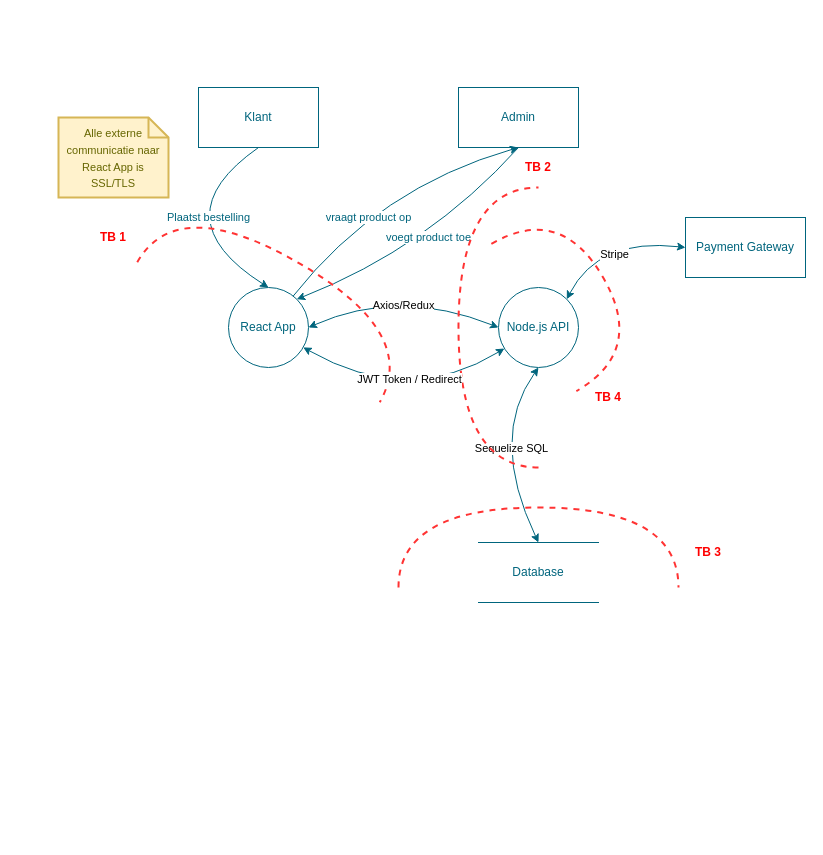
This is Diagrams/Brantayes DFD.drawio from Cerbersec/WebApp, a draw.io file, before an edit. Source tidied: cells renumbered, new cells numbered last; positions are measured from the earlier drawing's top-left corner, leaving out a move shared by most shapes. Both pictures are drawn from the tidied source at 100%, with x=0, y=0 at pixel (58, 87).
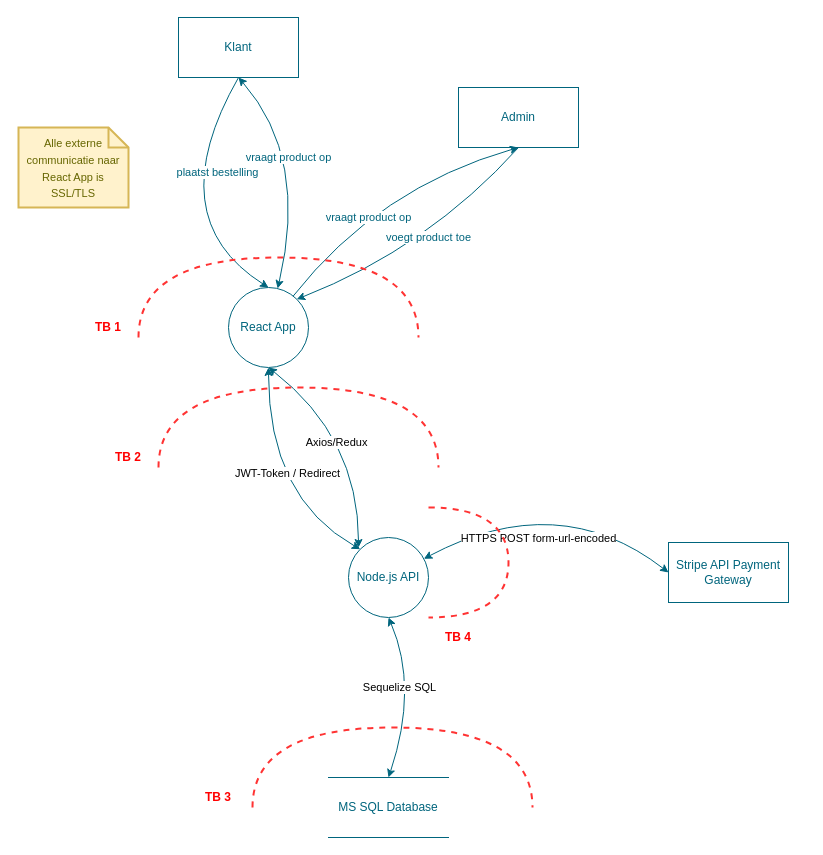
The same page after the edit.

The change refers to these unchanged cells:
```xml
<mxCell id="3" value="React App" style="ellipse;whiteSpace=wrap;html=1;strokeColor=#00657D;fontColor=#00657D;" parent="1" vertex="1">
  <mxGeometry x="170" y="200" width="80" height="80" as="geometry" />
</mxCell>
```

The edit, as a diff of the source:
```diff
@@
     <mxCell id="2" value="Node.js API" style="ellipse;whiteSpace=wrap;html=1;strokeColor=#00657D;fontColor=#00657D;" parent="1" vertex="1">
-      <mxGeometry x="440" y="200" width="80" height="80" as="geometry" />
+      <mxGeometry x="290" y="450" width="80" height="80" as="geometry" />
     </mxCell>
@@
-    <mxCell id="4" value="Database" style="shape=partialRectangle;whiteSpace=wrap;html=1;left=0;right=0;fillColor=none;strokeColor=#00657D;fontColor=#00657D;" parent="1" vertex="1">
-      <mxGeometry x="420" y="455" width="120" height="60" as="geometry" />
+    <mxCell id="4" value="MS SQL Database" style="shape=partialRectangle;whiteSpace=wrap;html=1;left=0;right=0;fillColor=none;strokeColor=#00657D;fontColor=#00657D;" parent="1" vertex="1">
+      <mxGeometry x="270" y="690" width="120" height="60" as="geometry" />
     </mxCell>
     <mxCell id="5" value="Klant" style="rounded=0;whiteSpace=wrap;html=1;strokeColor=#00657D;fontColor=#00657D;" parent="1" vertex="1">
-      <mxGeometry x="140" width="120" height="60" as="geometry" />
+      <mxGeometry x="120" y="-70" width="120" height="60" as="geometry" />
     </mxCell>
@@
-    <mxCell id="7" value="Plaatst bestelling" style="endArrow=classic;html=1;fontColor=#00657D;strokeColor=#00657D;arcSize=20;curved=1;exitX=0.5;exitY=1;exitDx=0;exitDy=0;entryX=0.5;entryY=0;entryDx=0;entryDy=0;" parent="1" edge="1" source="5" target="3">
+    <mxCell id="7" value="plaatst bestelling" style="endArrow=classic;html=1;fontColor=#00657D;strokeColor=#00657D;arcSize=20;curved=1;exitX=0.5;exitY=1;exitDx=0;exitDy=0;entryX=0.5;entryY=0;entryDx=0;entryDy=0;" parent="1" edge="1" source="5" target="3">
       <mxGeometry x="-0.36" y="29" relative="1" as="geometry">
         <Array as="points">
           <mxPoint x="100" y="130" />
         </Array>
       </mxGeometry>
     </mxCell>
-    <mxCell id="8" style="endArrow=classic;startArrow=classic;html=1;fontColor=#00657D;strokeColor=#00657D;curved=1;exitX=1;exitY=0.5;exitDx=0;exitDy=0;entryX=0;entryY=0.5;entryDx=0;entryDy=0;" parent="1" edge="1" source="3" target="2">
-      <mxGeometry relative="1" as="geometry">
-        <Array as="points">
-          <mxPoint x="340" y="200" />
-        </Array>
-      </mxGeometry>
-    </mxCell>
-    <mxCell id="9" value="Axios/Redux" style="edgeLabel;html=1;align=center;verticalAlign=middle;" parent="8" vertex="1">
-      <mxGeometry x="-0.08" y="-18" relative="1" as="geometry" />
-    </mxCell>
     <mxCell id="10" style="endArrow=classic;startArrow=classic;html=1;fontColor=#00657D;strokeColor=#00657D;curved=1;entryX=0.5;entryY=1;entryDx=0;entryDy=0;exitX=0.5;exitY=0;exitDx=0;exitDy=0;" parent="1" edge="1" source="4" target="2">
       <mxGeometry relative="1" as="geometry">
         <Array as="points">
-          <mxPoint x="430" y="350" />
+          <mxPoint x="360" y="600" />
         </Array>
       </mxGeometry>
     </mxCell>
     <mxCell id="11" value="Sequelize SQL" style="edgeLabel;html=1;align=center;verticalAlign=middle;" parent="10" vertex="1">
-      <mxGeometry x="-0.04" y="-16" relative="1" as="geometry" />
+      <mxGeometry x="-0.04" y="-16" relative="1" as="geometry">
+        <mxPoint x="-31.1" y="-17.3" as="offset" />
+      </mxGeometry>
     </mxCell>
@@
     <mxCell id="14" style="shape=requiredInterface;html=1;verticalLabelPosition=bottom;dashed=1;strokeColor=#FF3333;strokeWidth=2;fillColor=none;fontColor=#FF3333;align=left;rotation=-90;" parent="1" vertex="1">
-      <mxGeometry x="440" y="320" width="80" height="280" as="geometry" />
+      <mxGeometry x="294" y="540" width="80" height="280" as="geometry" />
     </mxCell>
-    <mxCell id="15" style="shape=requiredInterface;html=1;verticalLabelPosition=bottom;dashed=1;strokeColor=#FF3333;strokeWidth=2;fillColor=none;fontColor=#FF3333;align=left;rotation=-180;" parent="1" vertex="1">
-      <mxGeometry x="400" y="100" width="80" height="280" as="geometry" />
-    </mxCell>
-    <mxCell id="16" style="shape=requiredInterface;html=1;verticalLabelPosition=bottom;dashed=1;strokeColor=#FF3333;strokeWidth=2;fillColor=none;fontColor=#FF3333;align=left;rotation=-60;" parent="1" vertex="1">
+    <mxCell id="16" style="shape=requiredInterface;html=1;verticalLabelPosition=bottom;dashed=1;strokeColor=#FF3333;strokeWidth=2;fillColor=none;fontColor=#FF3333;align=left;rotation=-90;" parent="1" vertex="1">
       <mxGeometry x="180" y="70" width="80" height="280" as="geometry" />
     </mxCell>
     <mxCell id="17" value="&lt;font style=&quot;font-size: 11px&quot;&gt;Alle externe communicatie naar React App is SSL/TLS&lt;/font&gt;" style="shape=note;strokeWidth=2;fontSize=14;size=20;whiteSpace=wrap;html=1;fillColor=#fff2cc;strokeColor=#d6b656;fontColor=#666600;" parent="1" vertex="1">
-      <mxGeometry y="30" width="110" height="80" as="geometry" />
+      <mxGeometry x="-40" y="40" width="110" height="80" as="geometry" />
     </mxCell>
     <mxCell id="18" value="&lt;font color=&quot;#ff0000&quot;&gt;&lt;b&gt;TB 1&lt;/b&gt;&lt;/font&gt;" style="text;html=1;strokeColor=none;fillColor=none;align=center;verticalAlign=middle;whiteSpace=wrap;rounded=0;" parent="1" vertex="1">
-      <mxGeometry x="35" y="140" width="40" height="20" as="geometry" />
+      <mxGeometry x="30" y="230" width="40" height="20" as="geometry" />
     </mxCell>
     <mxCell id="19" value="&lt;font color=&quot;#ff0000&quot;&gt;&lt;b&gt;TB 2&lt;/b&gt;&lt;/font&gt;" style="text;html=1;strokeColor=none;fillColor=none;align=center;verticalAlign=middle;whiteSpace=wrap;rounded=0;" parent="1" vertex="1">
-      <mxGeometry x="460" y="70" width="40" height="20" as="geometry" />
+      <mxGeometry x="50" y="360" width="40" height="20" as="geometry" />
     </mxCell>
     <mxCell id="20" value="&lt;font color=&quot;#ff0000&quot;&gt;&lt;b&gt;TB 3&lt;/b&gt;&lt;/font&gt;" style="text;html=1;strokeColor=none;fillColor=none;align=center;verticalAlign=middle;whiteSpace=wrap;rounded=0;" parent="1" vertex="1">
-      <mxGeometry x="630" y="455" width="40" height="20" as="geometry" />
+      <mxGeometry x="140" y="700" width="40" height="20" as="geometry" />
     </mxCell>
-    <mxCell id="21" style="endArrow=classic;startArrow=classic;html=1;fontColor=#00657D;strokeColor=#00657D;curved=1;" parent="1" edge="1" source="3" target="2">
-      <mxGeometry relative="1" as="geometry">
-        <Array as="points">
-          <mxPoint x="350" y="320" />
-        </Array>
-      </mxGeometry>
-    </mxCell>
-    <mxCell id="22" value="JWT Token / Redirect" style="edgeLabel;html=1;align=center;verticalAlign=middle;" parent="21" vertex="1">
-      <mxGeometry x="-0.08" y="25" relative="1" as="geometry" />
-    </mxCell>
-    <mxCell id="23" value="Payment Gateway" style="rounded=0;whiteSpace=wrap;html=1;strokeColor=#00657D;fontColor=#00657D;" parent="1" vertex="1">
-      <mxGeometry x="627" y="130" width="120" height="60" as="geometry" />
+    <mxCell id="23" value="Stripe API Payment Gateway" style="rounded=0;whiteSpace=wrap;html=1;strokeColor=#00657D;fontColor=#00657D;" parent="1" vertex="1">
+      <mxGeometry x="610" y="455" width="120" height="60" as="geometry" />
     </mxCell>
-    <mxCell id="24" style="endArrow=classic;startArrow=classic;html=1;fontColor=#00657D;strokeColor=#00657D;curved=1;entryX=0;entryY=0.5;entryDx=0;entryDy=0;exitX=1;exitY=0;exitDx=0;exitDy=0;" parent="1" edge="1" source="2" target="23">
+    <mxCell id="24" style="endArrow=classic;startArrow=classic;html=1;fontColor=#00657D;strokeColor=#00657D;curved=1;entryX=0;entryY=0.5;entryDx=0;entryDy=0;" parent="1" edge="1" source="2" target="23">
       <mxGeometry relative="1" as="geometry">
         <Array as="points">
-          <mxPoint x="540" y="150" />
+          <mxPoint x="500" y="400" />
         </Array>
       </mxGeometry>
     </mxCell>
-    <mxCell id="25" value="Stripe" style="edgeLabel;html=1;align=center;verticalAlign=middle;" parent="24" vertex="1">
-      <mxGeometry x="-0.21" y="-21" relative="1" as="geometry" />
-    </mxCell>
+    <mxCell id="28" value="HTTPS POST form-url-encoded" style="edgeLabel;html=1;align=center;verticalAlign=middle;" parent="24" vertex="1">
+      <mxGeometry x="-0.03" y="-22" relative="1" as="geometry">
+        <mxPoint x="-21.1" y="25.7" as="offset" />
+      </mxGeometry>
+    </mxCell>
-    <mxCell id="26" style="shape=requiredInterface;html=1;verticalLabelPosition=bottom;dashed=1;strokeColor=#FF3333;strokeWidth=2;fillColor=none;fontColor=#FF3333;align=left;rotation=-30;" parent="1" vertex="1">
-      <mxGeometry x="470" y="125" width="80" height="170" as="geometry" />
+    <mxCell id="26" style="shape=requiredInterface;html=1;verticalLabelPosition=bottom;dashed=1;strokeColor=#FF3333;strokeWidth=2;fillColor=none;fontColor=#FF3333;align=left;rotation=0;" parent="1" vertex="1">
+      <mxGeometry x="370" y="420" width="80" height="110" as="geometry" />
     </mxCell>
     <mxCell id="27" value="&lt;font color=&quot;#ff0000&quot;&gt;&lt;b&gt;TB 4&lt;/b&gt;&lt;/font&gt;" style="text;html=1;strokeColor=none;fillColor=none;align=center;verticalAlign=middle;whiteSpace=wrap;rounded=0;" parent="1" vertex="1">
-      <mxGeometry x="530" y="300" width="40" height="20" as="geometry" />
+      <mxGeometry x="380" y="540" width="40" height="20" as="geometry" />
     </mxCell>
+    <mxCell id="29" style="endArrow=classic;startArrow=classic;html=1;fontColor=#00657D;strokeColor=#00657D;curved=1;entryX=0.5;entryY=1;entryDx=0;entryDy=0;exitX=0;exitY=0;exitDx=0;exitDy=0;" parent="1" edge="1" source="2" target="3">
+      <mxGeometry relative="1" as="geometry">
+        <Array as="points">
+          <mxPoint x="210" y="410" />
+        </Array>
+      </mxGeometry>
+    </mxCell>
+    <mxCell id="30" value="JWT-Token / Redirect" style="edgeLabel;html=1;align=center;verticalAlign=middle;" parent="29" vertex="1">
+      <mxGeometry x="-0.14" y="-30" relative="1" as="geometry" />
+    </mxCell>
+    <mxCell id="31" style="endArrow=classic;startArrow=classic;html=1;fontColor=#00657D;strokeColor=#00657D;curved=1;exitX=0.5;exitY=1;exitDx=0;exitDy=0;" parent="1" edge="1" source="3">
+      <mxGeometry relative="1" as="geometry">
+        <mxPoint x="300" y="460" as="targetPoint" />
+        <Array as="points">
+          <mxPoint x="300" y="350" />
+        </Array>
+      </mxGeometry>
+    </mxCell>
+    <mxCell id="9" value="Axios/Redux" style="edgeLabel;html=1;align=center;verticalAlign=middle;" parent="31" vertex="1">
+      <mxGeometry x="-0.12" y="-17" relative="1" as="geometry" />
+    </mxCell>
+    <mxCell id="32" style="shape=requiredInterface;html=1;verticalLabelPosition=bottom;dashed=1;strokeColor=#FF3333;strokeWidth=2;fillColor=none;fontColor=#FF3333;align=left;rotation=-90;" parent="1" vertex="1">
+      <mxGeometry x="200" y="200" width="80" height="280" as="geometry" />
+    </mxCell>
+    <mxCell id="33" value="vraagt product op" style="endArrow=classic;html=1;fontColor=#00657D;strokeColor=#00657D;arcSize=20;curved=1;exitX=0.5;exitY=1;exitDx=0;exitDy=0;startArrow=classic;startFill=1;" parent="1" edge="1" source="5" target="3">
+      <mxGeometry x="-0.23" y="-15" relative="1" as="geometry">
+        <Array as="points">
+          <mxPoint x="250" y="70" />
+        </Array>
+      </mxGeometry>
+    </mxCell>
```
